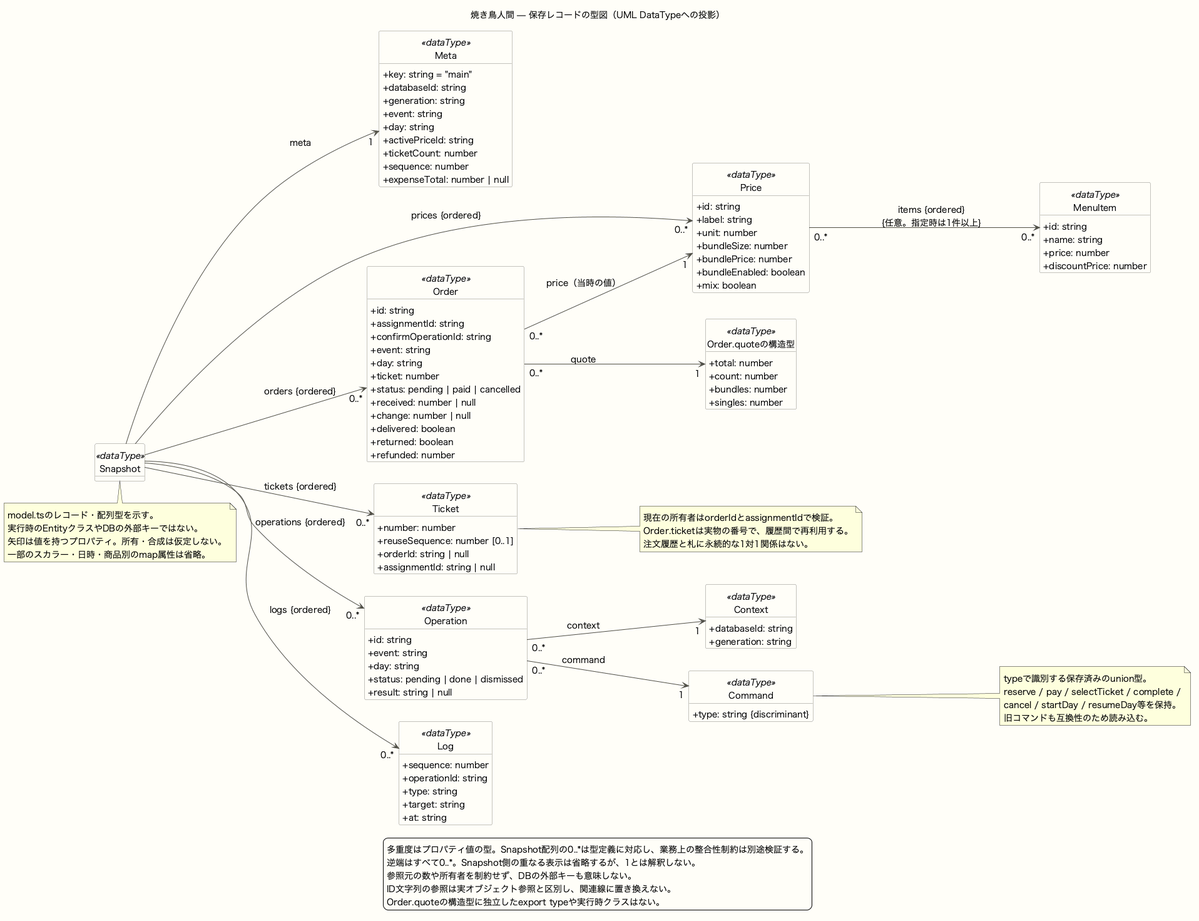
Earlier version of the PlantUML export docs/images/data-model.png (97kuek/yakitoriningen). The source it was exported from:
```plantuml
@startuml
skinparam backgroundColor #FFFEF8
skinparam defaultFontName "Hiragino Sans"
skinparam defaultFontSize 14
skinparam shadowing false
skinparam classAttributeIconSize 0
skinparam ArrowColor #504F45
skinparam classBackgroundColor #FFFFFF
skinparam classBorderColor #88877B
hide empty methods
hide circle
left to right direction
title 焼き鳥人間 — 保存レコードの型図（UML DataTypeへの投影）
class Snapshot <<dataType>>
class Meta <<dataType>> {
  +key: string = "main"
  +databaseId: string
  +generation: string
  +event: string
  +day: string
  +activePriceId: string
  +ticketCount: number
  +sequence: number
  +expenseTotal: number | null
}
class Price <<dataType>> {
  +id: string
  +label: string
  +unit: number
  +bundleSize: number
  +bundlePrice: number
  +bundleEnabled: boolean
  +mix: boolean
}
class MenuItem <<dataType>> {
  +id: string
  +name: string
  +price: number
  +discountPrice: number
}
class Order <<dataType>> {
  +id: string
  +assignmentId: string
  +confirmOperationId: string
  +event: string
  +day: string
  +ticket: number
  +status: pending | paid | cancelled
  +received: number | null
  +change: number | null
  +delivered: boolean
  +returned: boolean
  +refunded: number
}
class "Order.quoteの構造型" as Quote <<dataType>> {
  +total: number
  +count: number
  +bundles: number
  +singles: number
}
class Ticket <<dataType>> {
  +number: number
  +reuseSequence: number [0..1]
  +orderId: string | null
  +assignmentId: string | null
}
class Operation <<dataType>> {
  +id: string
  +event: string
  +day: string
  +status: pending | done | dismissed
  +result: string | null
}
class Context <<dataType>> {
  +databaseId: string
  +generation: string
}
class Command <<dataType>> {
  +type: string {discriminant}
}
class Log <<dataType>> {
  +sequence: number
  +operationId: string
  +type: string
  +target: string
  +at: string
}
Snapshot --> "1" Meta : meta
Snapshot --> "0..*" Price : prices {ordered}
Snapshot --> "0..*" Order : orders {ordered}
Snapshot --> "0..*" Ticket : tickets {ordered}
Snapshot --> "0..*" Operation : operations {ordered}
Snapshot --> "0..*" Log : logs {ordered}
Price "0..*" --> "0..*" MenuItem : items {ordered}\n{任意。指定時は1件以上}
Order "0..*" --> "1" Price : price（当時の値）
Order "0..*" --> "1" Quote : quote
Operation "0..*" --> "1" Context : context
Operation "0..*" --> "1" Command : command
note bottom of Snapshot
  model.tsのレコード・配列型を示す。
  実行時のEntityクラスやDBの外部キーではない。
  矢印は値を持つプロパティ。所有・合成は仮定しない。
  一部のスカラー・日時・商品別のmap属性は省略。
end note
note right of Ticket
  現在の所有者はorderIdとassignmentIdで検証。
  Order.ticketは実物の番号で、履歴間で再利用する。
  注文履歴と札に永続的な1対1関係はない。
end note
note right of Command
  typeで識別する保存済みのunion型。
  reserve / pay / selectTicket / complete /
  cancel / startDay / resumeDay等を保持。
  旧コマンドも互換性のため読み込む。
end note
legend bottom
  多重度はプロパティ値の型。Snapshot配列の0..*は型定義に対応し、業務上の整合性制約は別途検証する。
  逆端はすべて0..*。Snapshot側の重なる表示は省略するが、1とは解釈しない。
  参照元の数や所有者を制約せず、DBの外部キーも意味しない。
  ID文字列の参照は実オブジェクト参照と区別し、関連線に置き換えない。
  Order.quoteの構造型に独立したexport typeや実行時クラスはない。
endlegend
@enduml
```
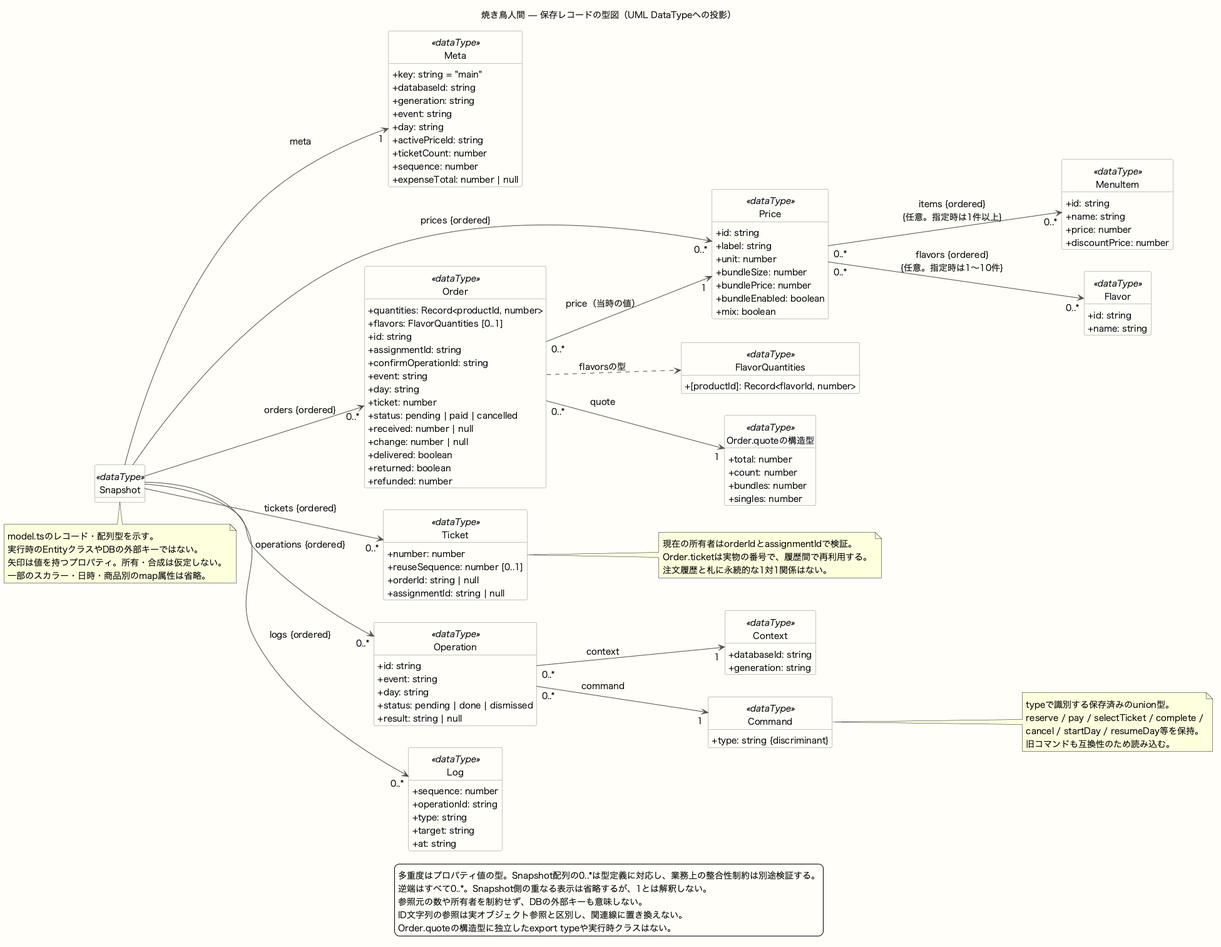
Later version of the same file.

What changed in the source:
```diff
@@ -38,7 +38,16 @@
   +price: number
   +discountPrice: number
 }
+class Flavor <<dataType>> {
+  +id: string
+  +name: string
+}
+class FlavorQuantities <<dataType>> {
+  +[productId]: Record<flavorId, number>
+}
 class Order <<dataType>> {
+  +quantities: Record<productId, number>
+  +flavors: FlavorQuantities [0..1]
   +id: string
   +assignmentId: string
   +confirmOperationId: string
@@ -92,6 +101,8 @@
 Snapshot --> "0..*" Operation : operations {ordered}
 Snapshot --> "0..*" Log : logs {ordered}
 Price "0..*" --> "0..*" MenuItem : items {ordered}\n{任意。指定時は1件以上}
+Price "0..*" --> "0..*" Flavor : flavors {ordered}\n{任意。指定時は1〜10件}
+Order ..> FlavorQuantities : flavorsの型
 Order "0..*" --> "1" Price : price（当時の値）
 Order "0..*" --> "1" Quote : quote
 Operation "0..*" --> "1" Context : context
```
